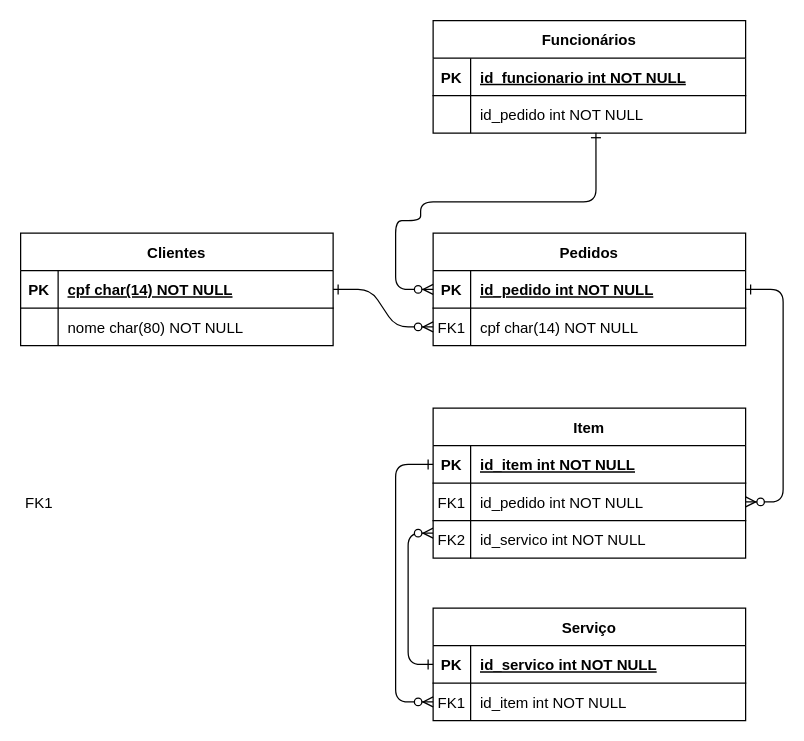
The draw.io diagram Untitled Diagram.drawio in djesusguimaraes/Banco-de-Dados, before the edit. Source tidied: cells renumbered, new cells numbered last; positions are measured from the earlier drawing's top-left corner, leaving out a move shared by most shapes. Both pictures are drawn from the tidied source at 125%, with x=0, y=0 at pixel (20, 20).
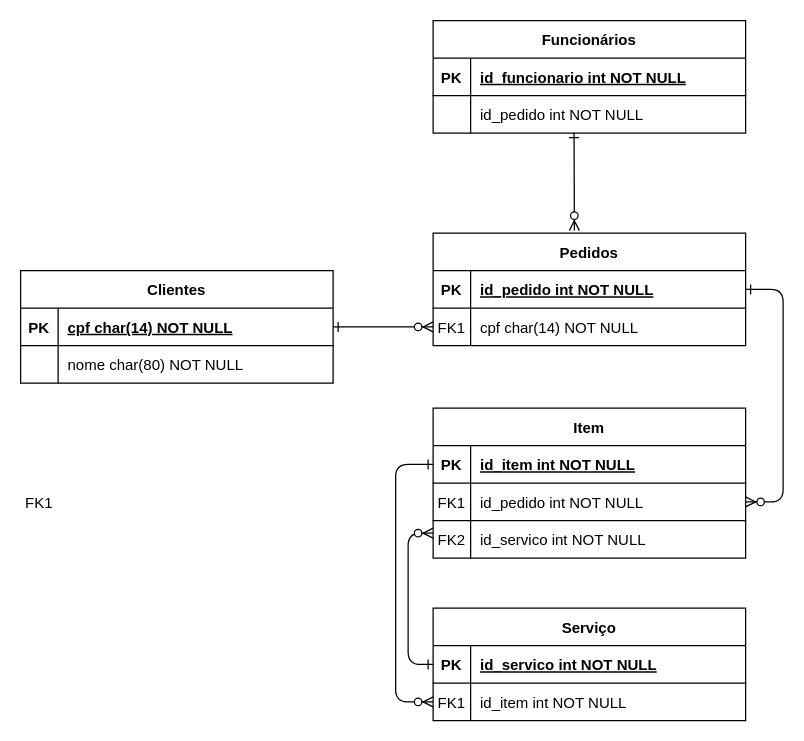
The same page after the edit.

The change refers to these unchanged cells:
```xml
<mxCell id="5" style="shape=partialRectangle;fillColor=none;points=[[0,0.5],[1,0.5]];portConstraint=eastwest;top=0;left=0;right=0;bottom=1;" parent="4" vertex="1">
  <mxGeometry y="30" width="250" height="30" as="geometry" />
</mxCell>
<mxCell id="32" style="shape=partialRectangle;fillColor=none;points=[[0,0.5],[1,0.5]];portConstraint=eastwest;top=0;left=0;right=0;bottom=0;" parent="28" vertex="1">
  <mxGeometry y="60" width="250" height="30" as="geometry" />
</mxCell>
```

The edit, as a diff of the source:
```diff
@@
     <mxCell id="11" value="Clientes" style="shape=table;startSize=30;childLayout=tableLayout;rowLines=0;fontStyle=1;align=center;" parent="1" vertex="1">
-      <mxGeometry y="170" width="250" height="90" as="geometry" />
+      <mxGeometry y="200" width="250" height="90" as="geometry" />
     </mxCell>
@@
-    <mxCell id="27" style="edgeStyle=orthogonalEdgeStyle;endArrow=ERzeroToMany;startArrow=ERone;endFill=1;startFill=0;entryX=0;entryY=0.5;entryDx=0;entryDy=0;exitX=0.521;exitY=0.989;exitDx=0;exitDy=0;exitPerimeter=0;" parent="1" edge="1" source="32" target="5">
-      <mxGeometry relative="1" as="geometry">
-        <Array as="points">
-          <mxPoint x="460" y="145" />
-          <mxPoint x="320" y="145" />
-          <mxPoint x="320" y="160" />
-          <mxPoint x="300" y="160" />
-          <mxPoint x="300" y="215" />
-        </Array>
-      </mxGeometry>
-    </mxCell>
@@
+    <mxCell id="48" style="endArrow=ERzeroToMany;startArrow=ERone;endFill=1;startFill=0;exitX=0.451;exitY=0.985;exitDx=0;exitDy=0;exitPerimeter=0;edgeStyle=orthogonalEdgeStyle;curved=1;" parent="1" edge="1" source="32">
+      <mxGeometry relative="1" as="geometry">
+        <mxPoint x="443" y="168" as="targetPoint" />
+        <Array as="points">
+          <mxPoint x="443" y="129" />
+        </Array>
+      </mxGeometry>
+    </mxCell>
```
